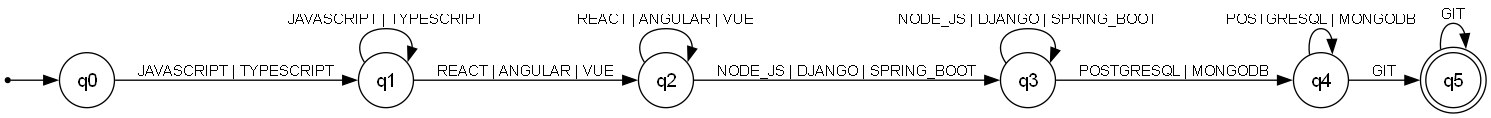
brynzd/ResumeLens keeps this Graphviz diagram as docs/diagrams/dfa_full_stack.png. Above is the earlier version. Its source is kept beside it as docs/diagrams/dfa_full_stack.dot.
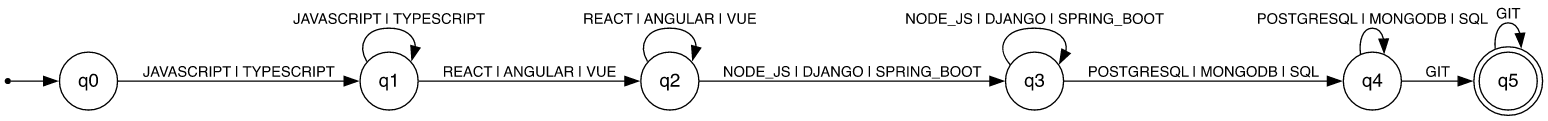
After the commit.

Commit message:
feat(classifier): accept SQL as a Full Stack database

What changed in the source:
```diff
@@ -11,8 +11,8 @@
     q2 -> q2 [label="REACT | ANGULAR | VUE"];
     q2 -> q3 [label="NODE_JS | DJANGO | SPRING_BOOT"];
     q3 -> q3 [label="NODE_JS | DJANGO | SPRING_BOOT"];
-    q3 -> q4 [label="POSTGRESQL | MONGODB"];
-    q4 -> q4 [label="POSTGRESQL | MONGODB"];
+    q3 -> q4 [label="POSTGRESQL | MONGODB | SQL"];
+    q4 -> q4 [label="POSTGRESQL | MONGODB | SQL"];
     q4 -> q5 [label="GIT"];
     q5 -> q5 [label="GIT"];
 }
```
